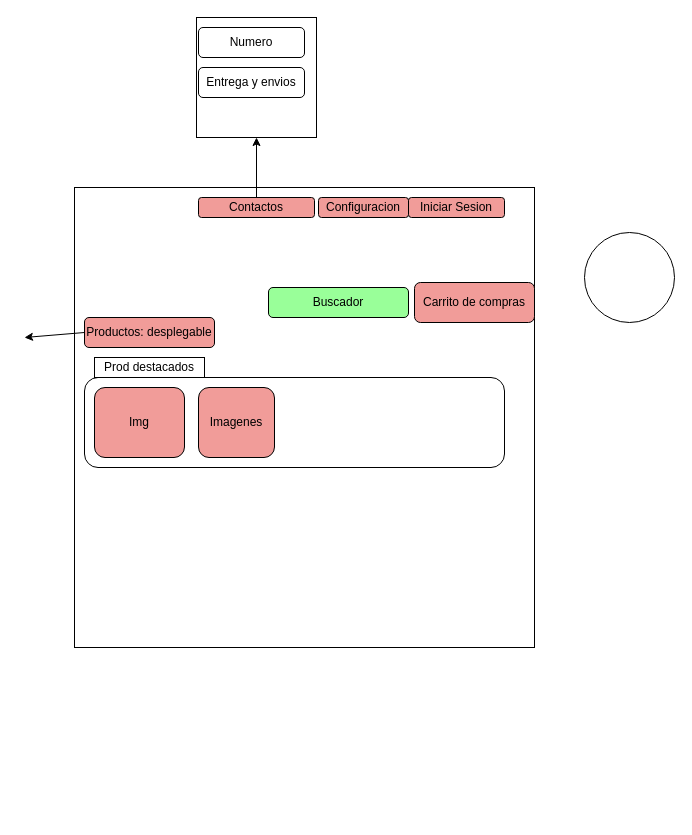
The draw.io diagram public/Web0.drawio in Estalin1412/Udemy_portafolioWeb, before the edit. Source tidied: cells renumbered, new cells numbered last; positions are measured from the earlier drawing's top-left corner, leaving out a move shared by most shapes. Both pictures are drawn from the tidied source at 100%, with x=0, y=0 at pixel (24, 17).
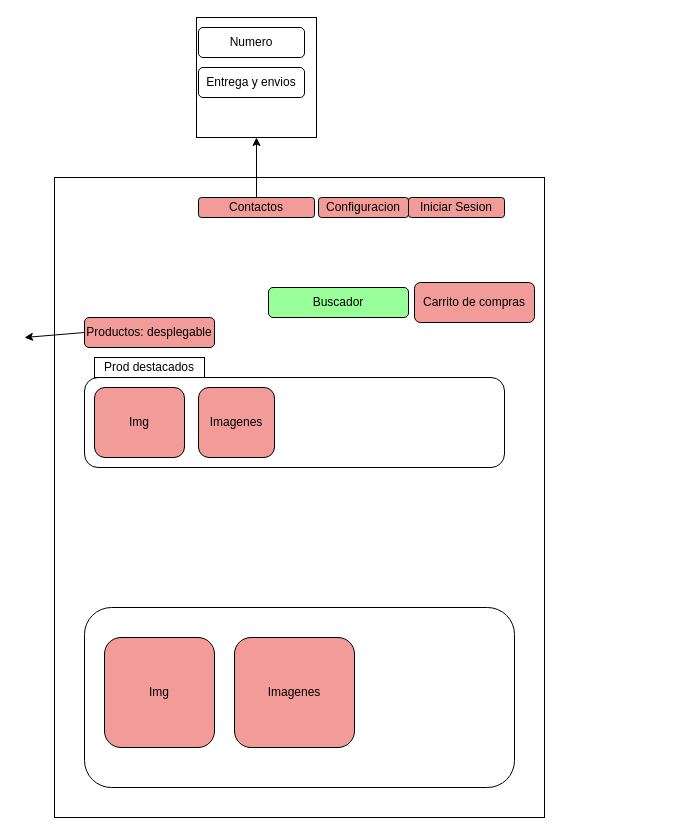
Above is the later version.

Change to the diagram source:
```diff
@@
-    <mxCell id="2" style="whiteSpace=wrap;html=1;" parent="1" vertex="1">
-      <mxGeometry x="50" y="170" width="460" height="460" as="geometry" />
-    </mxCell>
+    <mxCell id="19" style="rounded=0;whiteSpace=wrap;html=1;" parent="1" vertex="1">
+      <mxGeometry x="30" y="160" width="490" height="640" as="geometry" />
+    </mxCell>
@@
-    <mxCell id="16" style="ellipse;whiteSpace=wrap;html=1;" parent="1" vertex="1">
-      <mxGeometry x="560" y="215" width="90" height="90" as="geometry" />
-    </mxCell>
+    <mxCell id="20" style="rounded=1;whiteSpace=wrap;html=1;" parent="1" vertex="1">
+      <mxGeometry x="60" y="590" width="430" height="180" as="geometry" />
+    </mxCell>
+    <mxCell id="21" value="Img" style="rounded=1;whiteSpace=wrap;html=1;fillColor=#F19C99;" parent="1" vertex="1">
+      <mxGeometry x="80" y="620" width="110" height="110" as="geometry" />
+    </mxCell>
+    <mxCell id="22" value="Imagenes" style="rounded=1;whiteSpace=wrap;html=1;fillColor=#F19C99;" parent="1" vertex="1">
+      <mxGeometry x="210" y="620" width="120" height="110" as="geometry" />
+    </mxCell>
```
